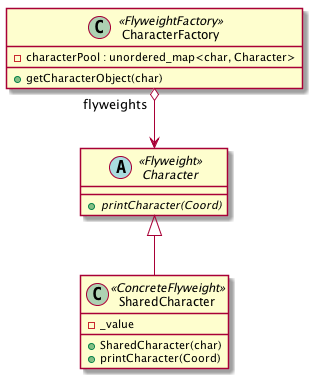
Above: flyweight/flyweight.png in ken-hu/design-patterns (PlantUML), before the change. Its diagram source:
```plantuml
@startuml
class CharacterFactory <<FlyweightFactory>> {
    -characterPool : unordered_map<char, Character>
    +getCharacterObject(char)
}

abstract class Character <<Flyweight>> {
    +{abstract} printCharacter(Coord)
}

class SharedCharacter <<ConcreteFlyweight>> {
    -_value
    +SharedCharacter(char)
    +printCharacter(Coord)
}

CharacterFactory "flyweights" o--> Character
Character <|-- SharedCharacter
@enduml
```
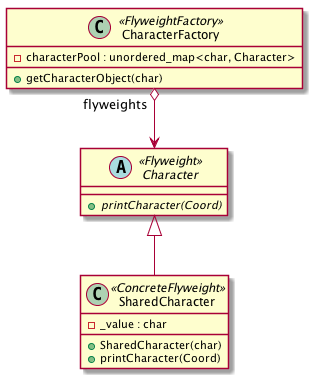
The same diagram one commit later.

Commit message:
Update Flyweight UML

Change to the diagram source:
```diff
@@ -9,7 +9,7 @@
 }
 
 class SharedCharacter <<ConcreteFlyweight>> {
-    -_value
+    -_value : char
     +SharedCharacter(char)
     +printCharacter(Coord)
 }
```
